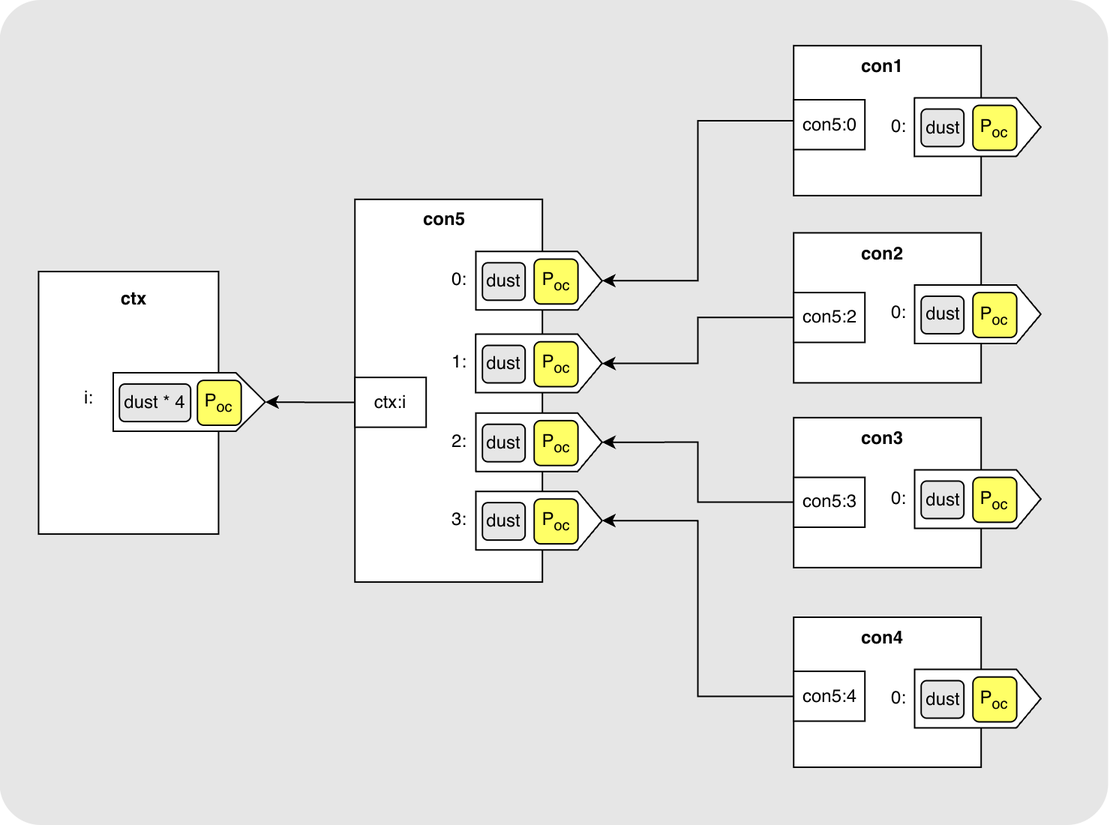
ellemouton/website keeps this draw.io diagram as static/ark/connector-tree.png. Above is the earlier version. Source tidied: cells renumbered, new cells last; positions are measured from the earlier drawing's top-left corner, leaving out a move shared by most shapes.
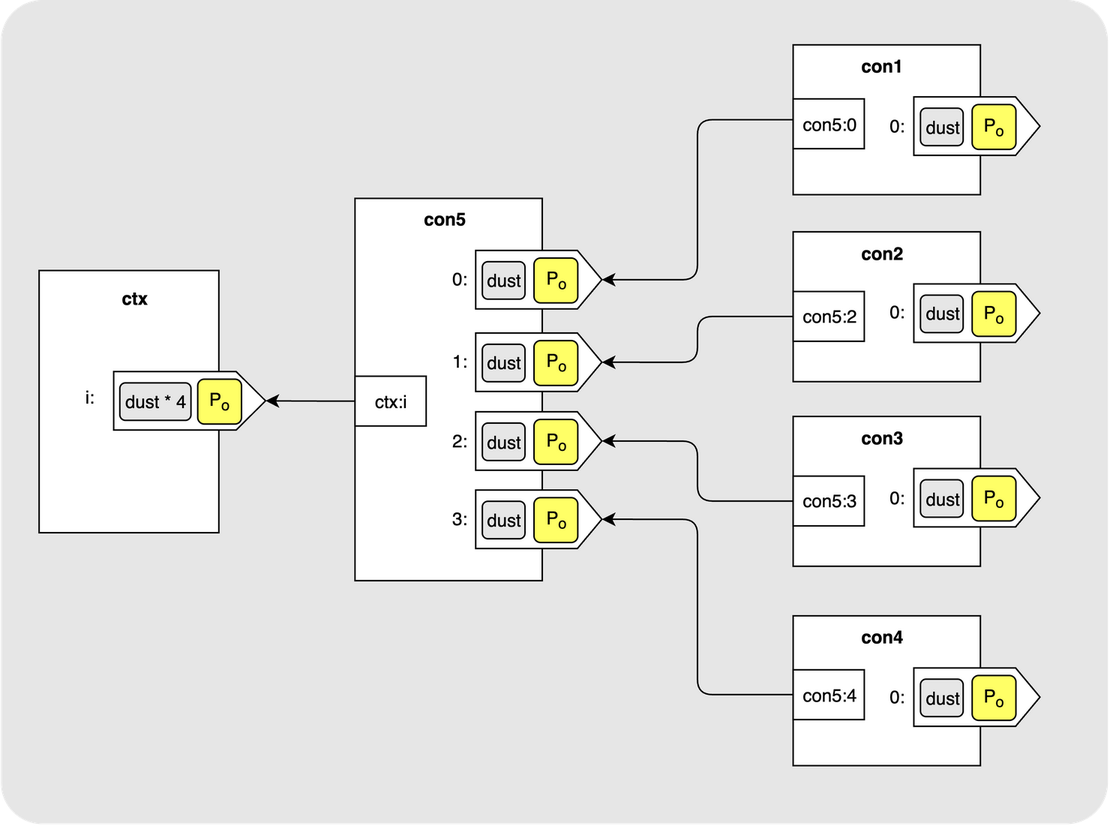
The same diagram one commit later.

Diff of the diagram source:
```diff
@@ -8,7 +8,7 @@
     <mxCell id="3" style="rounded=0;whiteSpace=wrap;html=1;" parent="1" vertex="1">
       <mxGeometry x="25.1" y="180.5" width="120" height="175" as="geometry" />
     </mxCell>
-    <mxCell id="4" style="edgeStyle=orthogonalEdgeStyle;rounded=0;jettySize=auto;html=1;entryX=0.5;entryY=1;entryDx=0;entryDy=0;" parent="1" edge="1" source="5" target="31">
+    <mxCell id="4" style="edgeStyle=orthogonalEdgeStyle;jettySize=auto;html=1;entryX=0.5;entryY=1;entryDx=0;entryDy=0;rounded=1;" parent="1" edge="1" source="5" target="31">
       <mxGeometry relative="1" as="geometry" />
     </mxCell>
     <mxCell id="5" style="rounded=0;whiteSpace=wrap;html=1;" parent="1" vertex="1">
@@ -29,7 +29,7 @@
     <mxCell id="10" value="i:" style="text;html=1;whiteSpace=wrap;strokeColor=none;fillColor=none;align=center;verticalAlign=middle;rounded=0;" parent="1" vertex="1">
       <mxGeometry x="49" y="249.4" width="20" height="31" as="geometry" />
     </mxCell>
-    <mxCell id="11" value="P&lt;sub&gt;oc&lt;/sub&gt;" style="rounded=1;whiteSpace=wrap;html=1;align=center;fillColor=#FFFF66;" parent="1" vertex="1">
+    <mxCell id="11" value="P&lt;sub&gt;o&lt;/sub&gt;" style="rounded=1;whiteSpace=wrap;html=1;align=center;fillColor=#FFFF66;" parent="1" vertex="1">
       <mxGeometry x="648" y="69.8" width="29.2" height="29.9" as="geometry" />
     </mxCell>
     <mxCell id="12" style="rounded=0;whiteSpace=wrap;html=1;" parent="1" vertex="1">
@@ -47,7 +47,7 @@
     <mxCell id="16" value="0:" style="text;html=1;whiteSpace=wrap;strokeColor=none;fillColor=none;align=center;verticalAlign=middle;rounded=0;" parent="1" vertex="1">
       <mxGeometry x="588.5" y="193" width="20" height="31" as="geometry" />
     </mxCell>
-    <mxCell id="17" value="P&lt;sub&gt;oc&lt;/sub&gt;" style="rounded=1;whiteSpace=wrap;html=1;align=center;fillColor=#FFFF66;" parent="1" vertex="1">
+    <mxCell id="17" value="P&lt;sub&gt;o&lt;/sub&gt;" style="rounded=1;whiteSpace=wrap;html=1;align=center;fillColor=#FFFF66;" parent="1" vertex="1">
       <mxGeometry x="648" y="194.5" width="29.2" height="29.9" as="geometry" />
     </mxCell>
     <mxCell id="18" style="rounded=0;whiteSpace=wrap;html=1;" parent="1" vertex="1">
@@ -65,7 +65,7 @@
     <mxCell id="22" value="0:" style="text;html=1;whiteSpace=wrap;strokeColor=none;fillColor=none;align=center;verticalAlign=middle;rounded=0;" parent="1" vertex="1">
       <mxGeometry x="588.5" y="316.2" width="20" height="31" as="geometry" />
     </mxCell>
-    <mxCell id="23" value="P&lt;sub&gt;oc&lt;/sub&gt;" style="rounded=1;whiteSpace=wrap;html=1;align=center;fillColor=#FFFF66;" parent="1" vertex="1">
+    <mxCell id="23" value="P&lt;sub&gt;o&lt;/sub&gt;" style="rounded=1;whiteSpace=wrap;html=1;align=center;fillColor=#FFFF66;" parent="1" vertex="1">
       <mxGeometry x="648" y="317.8" width="29.2" height="29.9" as="geometry" />
     </mxCell>
     <mxCell id="24" style="rounded=0;whiteSpace=wrap;html=1;" parent="1" vertex="1">
@@ -83,7 +83,7 @@
     <mxCell id="28" value="0:" style="text;html=1;whiteSpace=wrap;strokeColor=none;fillColor=none;align=center;verticalAlign=middle;rounded=0;" parent="1" vertex="1">
       <mxGeometry x="588.5" y="449.3" width="20" height="31" as="geometry" />
     </mxCell>
-    <mxCell id="29" value="P&lt;sub&gt;oc&lt;/sub&gt;" style="rounded=1;whiteSpace=wrap;html=1;align=center;fillColor=#FFFF66;" parent="1" vertex="1">
+    <mxCell id="29" value="P&lt;sub&gt;o&lt;/sub&gt;" style="rounded=1;whiteSpace=wrap;html=1;align=center;fillColor=#FFFF66;" parent="1" vertex="1">
       <mxGeometry x="648" y="450.8" width="29.2" height="29.9" as="geometry" />
     </mxCell>
     <mxCell id="30" style="rounded=0;whiteSpace=wrap;html=1;" parent="1" vertex="1">
@@ -101,7 +101,7 @@
     <mxCell id="34" value="0:" style="text;html=1;whiteSpace=wrap;strokeColor=none;fillColor=none;align=center;verticalAlign=middle;rounded=0;" parent="1" vertex="1">
       <mxGeometry x="296" y="170.7" width="20" height="31" as="geometry" />
     </mxCell>
-    <mxCell id="35" value="P&lt;sub&gt;oc&lt;/sub&gt;" style="rounded=1;whiteSpace=wrap;html=1;align=center;fillColor=#FFFF66;" parent="1" vertex="1">
+    <mxCell id="35" value="P&lt;sub&gt;o&lt;/sub&gt;" style="rounded=1;whiteSpace=wrap;html=1;align=center;fillColor=#FFFF66;" parent="1" vertex="1">
       <mxGeometry x="355.5" y="172.2" width="29.2" height="29.9" as="geometry" />
     </mxCell>
     <mxCell id="36" style="shape=offPageConnector;whiteSpace=wrap;html=1;rotation=-90;size=0.19356370977318826;" parent="1" vertex="1">
@@ -113,7 +113,7 @@
     <mxCell id="38" value="1:" style="text;html=1;whiteSpace=wrap;strokeColor=none;fillColor=none;align=center;verticalAlign=middle;rounded=0;" parent="1" vertex="1">
       <mxGeometry x="296" y="225.8" width="20" height="31" as="geometry" />
     </mxCell>
-    <mxCell id="39" value="P&lt;sub&gt;oc&lt;/sub&gt;" style="rounded=1;whiteSpace=wrap;html=1;align=center;fillColor=#FFFF66;" parent="1" vertex="1">
+    <mxCell id="39" value="P&lt;sub&gt;o&lt;/sub&gt;" style="rounded=1;whiteSpace=wrap;html=1;align=center;fillColor=#FFFF66;" parent="1" vertex="1">
       <mxGeometry x="355.5" y="227.3" width="29.2" height="29.9" as="geometry" />
     </mxCell>
     <mxCell id="40" style="shape=offPageConnector;whiteSpace=wrap;html=1;rotation=-90;size=0.19356370977318826;" parent="1" vertex="1">
@@ -125,7 +125,7 @@
     <mxCell id="42" value="2:" style="text;html=1;whiteSpace=wrap;strokeColor=none;fillColor=none;align=center;verticalAlign=middle;rounded=0;" parent="1" vertex="1">
       <mxGeometry x="296" y="278.4" width="20" height="31" as="geometry" />
     </mxCell>
-    <mxCell id="43" value="P&lt;sub&gt;oc&lt;/sub&gt;" style="rounded=1;whiteSpace=wrap;html=1;align=center;fillColor=#FFFF66;" parent="1" vertex="1">
+    <mxCell id="43" value="P&lt;sub&gt;o&lt;/sub&gt;" style="rounded=1;whiteSpace=wrap;html=1;align=center;fillColor=#FFFF66;" parent="1" vertex="1">
       <mxGeometry x="355.5" y="279.9" width="29.2" height="29.9" as="geometry" />
     </mxCell>
     <mxCell id="44" style="shape=offPageConnector;whiteSpace=wrap;html=1;rotation=-90;size=0.19356370977318826;" parent="1" vertex="1">
@@ -137,7 +137,7 @@
     <mxCell id="46" value="3:" style="text;html=1;whiteSpace=wrap;strokeColor=none;fillColor=none;align=center;verticalAlign=middle;rounded=0;" parent="1" vertex="1">
       <mxGeometry x="296" y="330.6" width="20" height="31" as="geometry" />
     </mxCell>
-    <mxCell id="47" value="P&lt;sub&gt;oc&lt;/sub&gt;" style="rounded=1;whiteSpace=wrap;html=1;align=center;fillColor=#FFFF66;" parent="1" vertex="1">
+    <mxCell id="47" value="P&lt;sub&gt;o&lt;/sub&gt;" style="rounded=1;whiteSpace=wrap;html=1;align=center;fillColor=#FFFF66;" parent="1" vertex="1">
       <mxGeometry x="355.5" y="332.1" width="29.2" height="29.9" as="geometry" />
     </mxCell>
     <mxCell id="48" value="con5:0" style="rounded=0;whiteSpace=wrap;html=1;" parent="1" vertex="1">
@@ -146,19 +146,19 @@
     <mxCell id="49" value="con5:2" style="rounded=0;whiteSpace=wrap;html=1;" parent="1" vertex="1">
       <mxGeometry x="528.5" y="194.6" width="47.5" height="33.2" as="geometry" />
     </mxCell>
-    <mxCell id="50" style="edgeStyle=orthogonalEdgeStyle;rounded=0;jettySize=auto;html=1;entryX=0.5;entryY=1;entryDx=0;entryDy=0;" parent="1" edge="1" source="51" target="40">
+    <mxCell id="50" style="edgeStyle=orthogonalEdgeStyle;jettySize=auto;html=1;entryX=0.5;entryY=1;entryDx=0;entryDy=0;rounded=1;" parent="1" edge="1" source="51" target="40">
       <mxGeometry relative="1" as="geometry" />
     </mxCell>
     <mxCell id="51" value="con5:3" style="rounded=0;whiteSpace=wrap;html=1;" parent="1" vertex="1">
       <mxGeometry x="528.5" y="317.8" width="47.5" height="33.2" as="geometry" />
     </mxCell>
-    <mxCell id="52" style="edgeStyle=orthogonalEdgeStyle;rounded=0;jettySize=auto;html=1;entryX=0.5;entryY=1;entryDx=0;entryDy=0;" parent="1" edge="1" source="53" target="44">
+    <mxCell id="52" style="edgeStyle=orthogonalEdgeStyle;jettySize=auto;html=1;entryX=0.5;entryY=1;entryDx=0;entryDy=0;rounded=1;" parent="1" edge="1" source="53" target="44">
       <mxGeometry relative="1" as="geometry" />
     </mxCell>
     <mxCell id="53" value="con5:4" style="rounded=0;whiteSpace=wrap;html=1;" parent="1" vertex="1">
       <mxGeometry x="528.5" y="447" width="47.5" height="33.2" as="geometry" />
     </mxCell>
-    <mxCell id="54" style="edgeStyle=orthogonalEdgeStyle;rounded=0;jettySize=auto;html=1;entryX=0.5;entryY=1;entryDx=0;entryDy=0;" parent="1" edge="1" source="49" target="36">
+    <mxCell id="54" style="edgeStyle=orthogonalEdgeStyle;jettySize=auto;html=1;entryX=0.5;entryY=1;entryDx=0;entryDy=0;rounded=1;" parent="1" edge="1" source="49" target="36">
       <mxGeometry relative="1" as="geometry" />
     </mxCell>
     <mxCell id="55" style="shape=offPageConnector;whiteSpace=wrap;html=1;rotation=-90;size=0.19356370977318826;" parent="1" vertex="1">
@@ -167,10 +167,10 @@
     <mxCell id="56" value="dust * 4" style="rounded=1;whiteSpace=wrap;html=1;fillColor=#E6E6E6;" parent="1" vertex="1">
       <mxGeometry x="79" y="255.5" width="47.5" height="25" as="geometry" />
     </mxCell>
-    <mxCell id="57" value="P&lt;sub&gt;oc&lt;/sub&gt;" style="rounded=1;whiteSpace=wrap;html=1;align=center;fillColor=#FFFF66;" parent="1" vertex="1">
+    <mxCell id="57" value="P&lt;sub&gt;o&lt;/sub&gt;" style="rounded=1;whiteSpace=wrap;html=1;align=center;fillColor=#FFFF66;" parent="1" vertex="1">
       <mxGeometry x="131" y="253.1" width="29.2" height="29.9" as="geometry" />
     </mxCell>
-    <mxCell id="58" style="edgeStyle=orthogonalEdgeStyle;rounded=0;jettySize=auto;html=1;entryX=0.5;entryY=1;entryDx=0;entryDy=0;" parent="1" edge="1" source="59" target="55">
+    <mxCell id="58" style="edgeStyle=orthogonalEdgeStyle;jettySize=auto;html=1;entryX=0.5;entryY=1;entryDx=0;entryDy=0;rounded=1;" parent="1" edge="1" source="59" target="55">
       <mxGeometry relative="1" as="geometry" />
     </mxCell>
     <mxCell id="59" value="ctx:i" style="rounded=0;whiteSpace=wrap;html=1;" parent="1" vertex="1">
```
